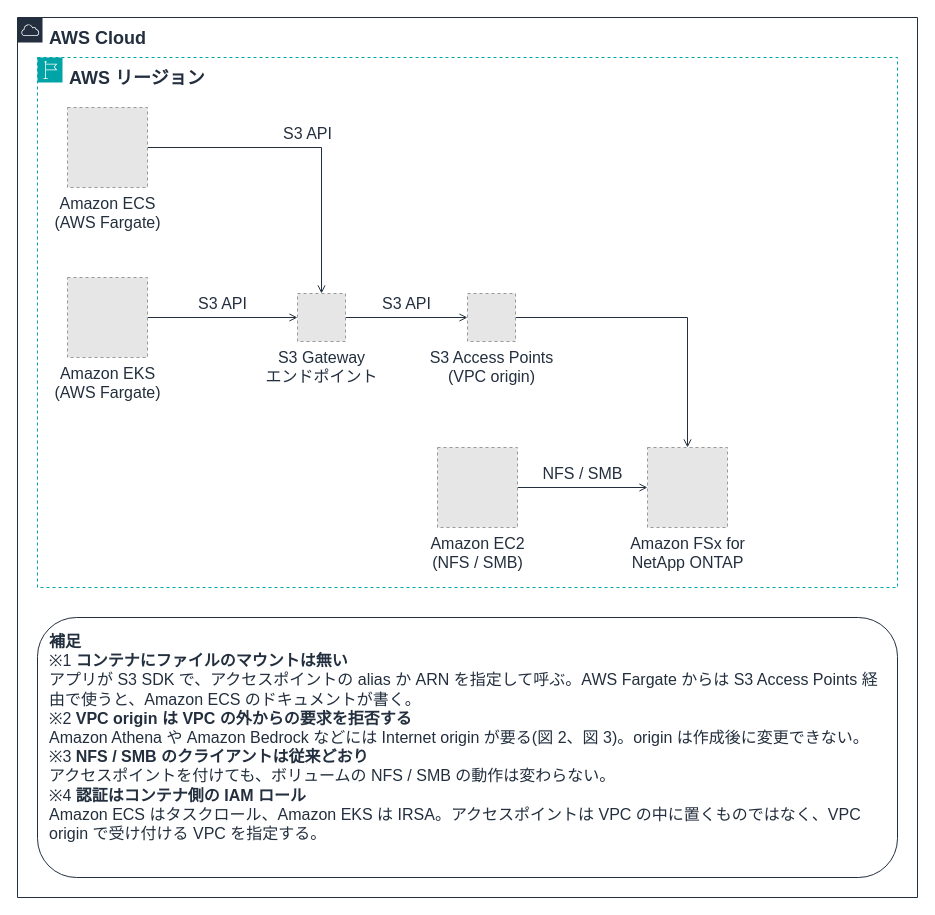
Earlier version of the draw.io diagram docs/_assets/diagrams/s3ap-container-overview.drawio (Yoshiki0705/FSx-for-ONTAP-Container-Datastore-Patterns). Source tidied: cells renumbered, new cells numbered last; positions are measured from the earlier drawing's top-left corner, leaving out a move shared by most shapes. Both pictures are drawn from the tidied source at 100%, with x=0, y=0 at pixel (17, 17). Pictures stored in the file or linked from it are replaced by grey dashed boxes.
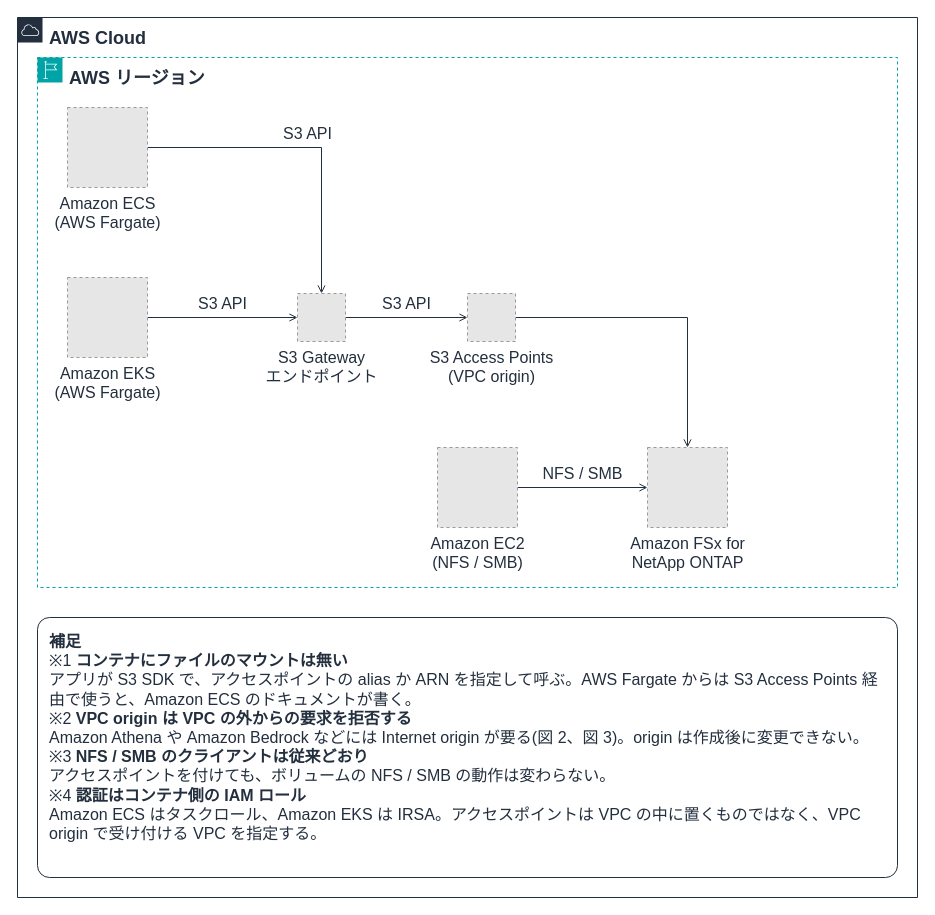
After the change.

What changed in the source:
```diff
@@
 <mxGraphModel background="#FFFFFF">
   <root>
     <mxCell id="0" />
     <mxCell id="1" parent="0" />
     <mxCell id="2" value="S3 API" style="edgeStyle=orthogonalEdgeStyle;rounded=0;html=1;endArrow=open;endFill=0;strokeColor=#232F3E;strokeWidth=1;fontSize=16;fontColor=#232F3E;labelBackgroundColor=#FFFFFF;exitX=1.0;exitY=0.5;exitDx=0;exitDy=0;entryX=0.5;entryY=0.0;entryDx=0;entryDy=0;" parent="1" edge="1" source="10" target="12">
       <mxGeometry relative="1" as="geometry">
         <mxPoint y="-14" as="offset" />
       </mxGeometry>
     </mxCell>
     <mxCell id="3" value="S3 API" style="edgeStyle=orthogonalEdgeStyle;rounded=0;html=1;endArrow=open;endFill=0;strokeColor=#232F3E;strokeWidth=1;fontSize=16;fontColor=#232F3E;labelBackgroundColor=#FFFFFF;exitX=1.0;exitY=0.5;exitDx=0;exitDy=0;entryX=0.0;entryY=0.5;entryDx=0;entryDy=0;" parent="1" edge="1" source="11" target="12">
       <mxGeometry relative="1" as="geometry">
         <mxPoint y="-14" as="offset" />
       </mxGeometry>
     </mxCell>
     <mxCell id="4" value="S3 API" style="edgeStyle=orthogonalEdgeStyle;rounded=0;html=1;endArrow=open;endFill=0;strokeColor=#232F3E;strokeWidth=1;fontSize=16;fontColor=#232F3E;labelBackgroundColor=#FFFFFF;exitX=1.0;exitY=0.5;exitDx=0;exitDy=0;entryX=0.0;entryY=0.5;entryDx=0;entryDy=0;" parent="1" edge="1" source="12" target="13">
       <mxGeometry relative="1" as="geometry">
         <mxPoint y="-14" as="offset" />
       </mxGeometry>
     </mxCell>
     <mxCell id="5" style="edgeStyle=orthogonalEdgeStyle;rounded=0;html=1;endArrow=open;endFill=0;strokeColor=#232F3E;strokeWidth=1;fontSize=16;fontColor=#232F3E;labelBackgroundColor=#FFFFFF;exitX=1.0;exitY=0.5;exitDx=0;exitDy=0;entryX=0.5;entryY=0.0;entryDx=0;entryDy=0;" parent="1" edge="1" source="13" target="14">
       <mxGeometry relative="1" as="geometry" />
     </mxCell>
     <mxCell id="6" value="NFS / SMB" style="edgeStyle=orthogonalEdgeStyle;rounded=0;html=1;endArrow=open;endFill=0;strokeColor=#232F3E;strokeWidth=1;fontSize=16;fontColor=#232F3E;labelBackgroundColor=#FFFFFF;exitX=1.0;exitY=0.5;exitDx=0;exitDy=0;entryX=0.0;entryY=0.5;entryDx=0;entryDy=0;" parent="1" edge="1" source="15" target="14">
       <mxGeometry relative="1" as="geometry">
         <mxPoint y="-14" as="offset" />
       </mxGeometry>
     </mxCell>
     <mxCell id="7" value="AWS Cloud" style="gradientColor=none;html=1;whiteSpace=wrap;fontSize=18;fontStyle=1;fontColor=#232F3E;shape=mxgraph.aws4.group;grIcon=mxgraph.aws4.group_aws_cloud;strokeColor=#232F3E;fillColor=none;verticalAlign=top;align=left;spacingLeft=30;spacingTop=4;dashed=0;labelBackgroundColor=#FFFFFF;" parent="1" vertex="1">
       <mxGeometry width="900" height="880" as="geometry" />
     </mxCell>
     <mxCell id="8" value="AWS リージョン" style="gradientColor=none;html=1;whiteSpace=wrap;fontSize=18;fontStyle=1;fontColor=#232F3E;shape=mxgraph.aws4.group;grIcon=mxgraph.aws4.group_region;strokeColor=#00A4A6;fillColor=none;verticalAlign=top;align=left;spacingLeft=30;spacingTop=4;dashed=1;labelBackgroundColor=#FFFFFF;" parent="1" vertex="1">
       <mxGeometry x="20" y="40" width="860" height="530" as="geometry" />
     </mxCell>
-    <mxCell id="9" value="&lt;b&gt;補足&lt;/b&gt;&lt;br&gt;※1 &lt;b&gt;コンテナにファイルのマウントは無い&lt;/b&gt;&lt;br&gt;アプリが S3 SDK で、アクセスポイントの alias か ARN を指定して呼ぶ。AWS Fargate からは S3 Access Points 経由で使うと、Amazon ECS のドキュメントが書く。&lt;br&gt;※2 &lt;b&gt;VPC origin は VPC の外からの要求を拒否する&lt;/b&gt;&lt;br&gt;Amazon Athena や Amazon Bedrock などには Internet origin が要る(図 2、図 3)。origin は作成後に変更できない。&lt;br&gt;※3 &lt;b&gt;NFS / SMB のクライアントは従来どおり&lt;/b&gt;&lt;br&gt;アクセスポイントを付けても、ボリュームの NFS / SMB の動作は変わらない。&lt;br&gt;※4 &lt;b&gt;認証はコンテナ側の IAM ロール&lt;/b&gt;&lt;br&gt;Amazon ECS はタスクロール、Amazon EKS は IRSA。アクセスポイントは VPC の中に置くものではなく、VPC origin で受け付ける VPC を指定する。" style="rounded=1;whiteSpace=wrap;html=1;strokeColor=#232F3E;fillColor=none;fontColor=#232F3E;fontSize=16;verticalAlign=top;align=left;spacingLeft=10;spacingRight=10;spacingTop=8;" parent="1" vertex="1">
+    <mxCell id="9" value="&lt;b&gt;補足&lt;/b&gt;&lt;br&gt;※1 &lt;b&gt;コンテナにファイルのマウントは無い&lt;/b&gt;&lt;br&gt;アプリが S3 SDK で、アクセスポイントの alias か ARN を指定して呼ぶ。AWS Fargate からは S3 Access Points 経由で使うと、Amazon ECS のドキュメントが書く。&lt;br&gt;※2 &lt;b&gt;VPC origin は VPC の外からの要求を拒否する&lt;/b&gt;&lt;br&gt;Amazon Athena や Amazon Bedrock などには Internet origin が要る(図 2、図 3)。origin は作成後に変更できない。&lt;br&gt;※3 &lt;b&gt;NFS / SMB のクライアントは従来どおり&lt;/b&gt;&lt;br&gt;アクセスポイントを付けても、ボリュームの NFS / SMB の動作は変わらない。&lt;br&gt;※4 &lt;b&gt;認証はコンテナ側の IAM ロール&lt;/b&gt;&lt;br&gt;Amazon ECS はタスクロール、Amazon EKS は IRSA。アクセスポイントは VPC の中に置くものではなく、VPC origin で受け付ける VPC を指定する。" style="rounded=1;absoluteArcSize=1;arcSize=24;whiteSpace=wrap;html=1;strokeColor=#232F3E;fillColor=none;fontColor=#232F3E;fontSize=16;verticalAlign=top;align=left;spacingLeft=10;spacingRight=10;spacingTop=8;" parent="1" vertex="1">
       <mxGeometry x="20" y="600" width="860" height="260" as="geometry" />
     </mxCell>
     <mxCell id="10" value="Amazon ECS&lt;br&gt;(AWS Fargate)" style="fillColor=#E6E6E6;strokeColor=#999999;dashed=1;html=1;verticalLabelPosition=bottom;verticalAlign=top;labelPosition=center;align=center;fontSize=16;fontColor=#232F3E;" parent="1" vertex="1">
       <mxGeometry x="50" y="90" width="80" height="80" as="geometry" />
     </mxCell>
     <mxCell id="11" value="Amazon EKS&lt;br&gt;(AWS Fargate)" style="fillColor=#E6E6E6;strokeColor=#999999;dashed=1;html=1;verticalLabelPosition=bottom;verticalAlign=top;labelPosition=center;align=center;fontSize=16;fontColor=#232F3E;" parent="1" vertex="1">
       <mxGeometry x="50" y="260" width="80" height="80" as="geometry" />
     </mxCell>
     <mxCell id="12" value="S3 Gateway&lt;br&gt;エンドポイント" style="fillColor=#E6E6E6;strokeColor=#999999;dashed=1;html=1;verticalLabelPosition=bottom;verticalAlign=top;labelPosition=center;align=center;fontSize=16;fontColor=#232F3E;" parent="1" vertex="1">
       <mxGeometry x="280" y="276" width="48" height="48" as="geometry" />
     </mxCell>
     <mxCell id="13" value="S3 Access Points&lt;br&gt;(VPC origin)" style="fillColor=#E6E6E6;strokeColor=#999999;dashed=1;html=1;verticalLabelPosition=bottom;verticalAlign=top;labelPosition=center;align=center;fontSize=16;fontColor=#232F3E;" parent="1" vertex="1">
       <mxGeometry x="450" y="276" width="48" height="48" as="geometry" />
     </mxCell>
     <mxCell id="14" value="Amazon FSx for&lt;br&gt;NetApp ONTAP" style="fillColor=#E6E6E6;strokeColor=#999999;dashed=1;html=1;verticalLabelPosition=bottom;verticalAlign=top;labelPosition=center;align=center;fontSize=16;fontColor=#232F3E;" parent="1" vertex="1">
       <mxGeometry x="630" y="430" width="80" height="80" as="geometry" />
     </mxCell>
     <mxCell id="15" value="Amazon EC2&lt;br&gt;(NFS / SMB)" style="fillColor=#E6E6E6;strokeColor=#999999;dashed=1;html=1;verticalLabelPosition=bottom;verticalAlign=top;labelPosition=center;align=center;fontSize=16;fontColor=#232F3E;" parent="1" vertex="1">
       <mxGeometry x="420" y="430" width="80" height="80" as="geometry" />
     </mxCell>
   </root>
 </mxGraphModel>
```
